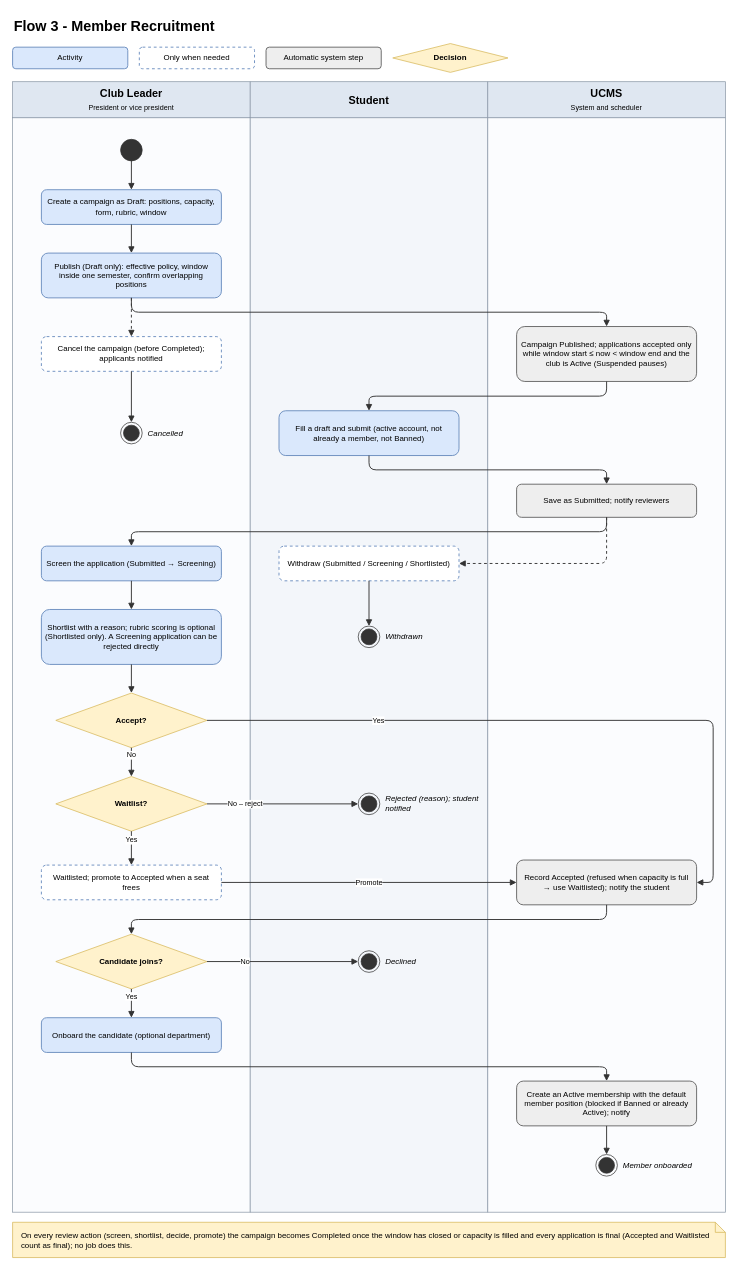
Before: page "03 Member Recruitment" (3 of 14) of docs/03-diagrams/UCMS_Swimlane_Flows.drawio in nvdekay/ClubManagementSystem, a draw.io diagram. Source tidied: cells renumbered, new cells numbered last; positions are measured from the earlier drawing's top-left corner, leaving out a move shared by most shapes. Both pictures are drawn from the tidied source at 72%, with x=0, y=0 at pixel (12, 12).
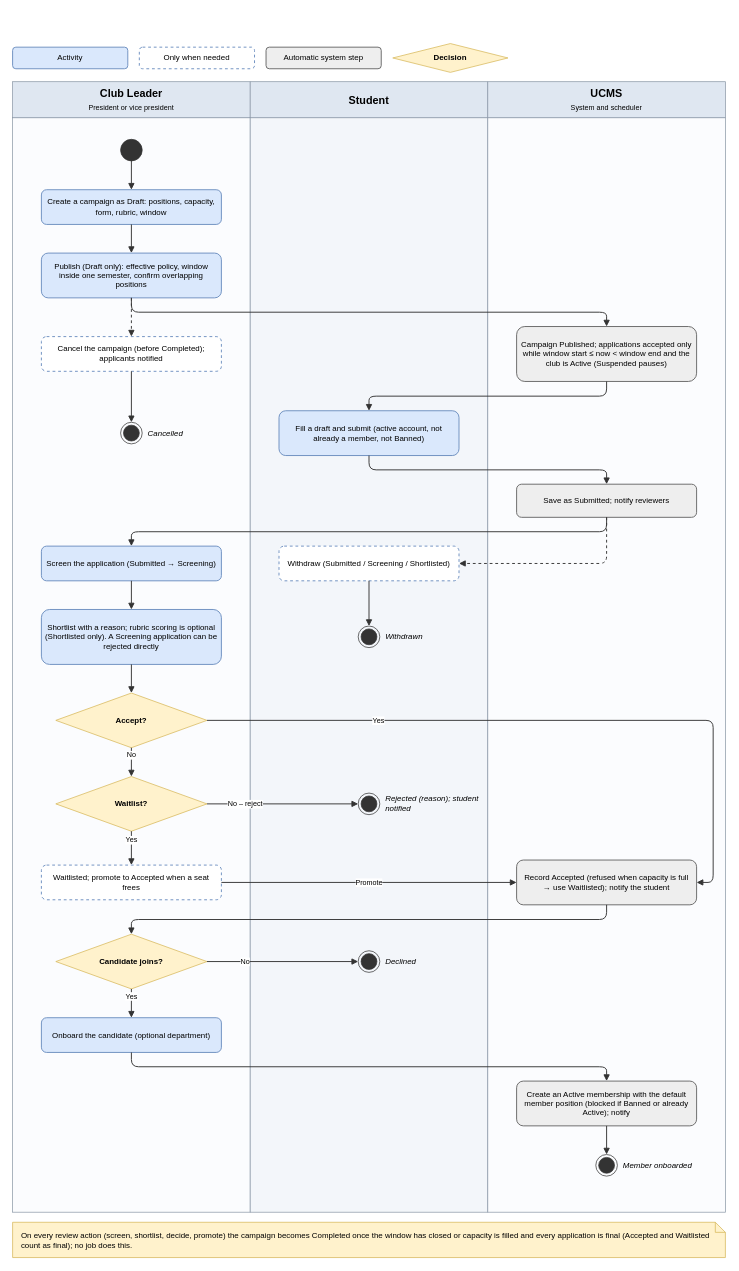
The same diagram, later.

Change to the diagram source:
```diff
@@
-    <mxCell id="2" value="Flow 3 - Member Recruitment" style="text;html=1;align=left;verticalAlign=middle;fontSize=20;fontStyle=1;" parent="1" vertex="1">
-      <mxGeometry width="990" height="36" as="geometry" />
-    </mxCell>
```
